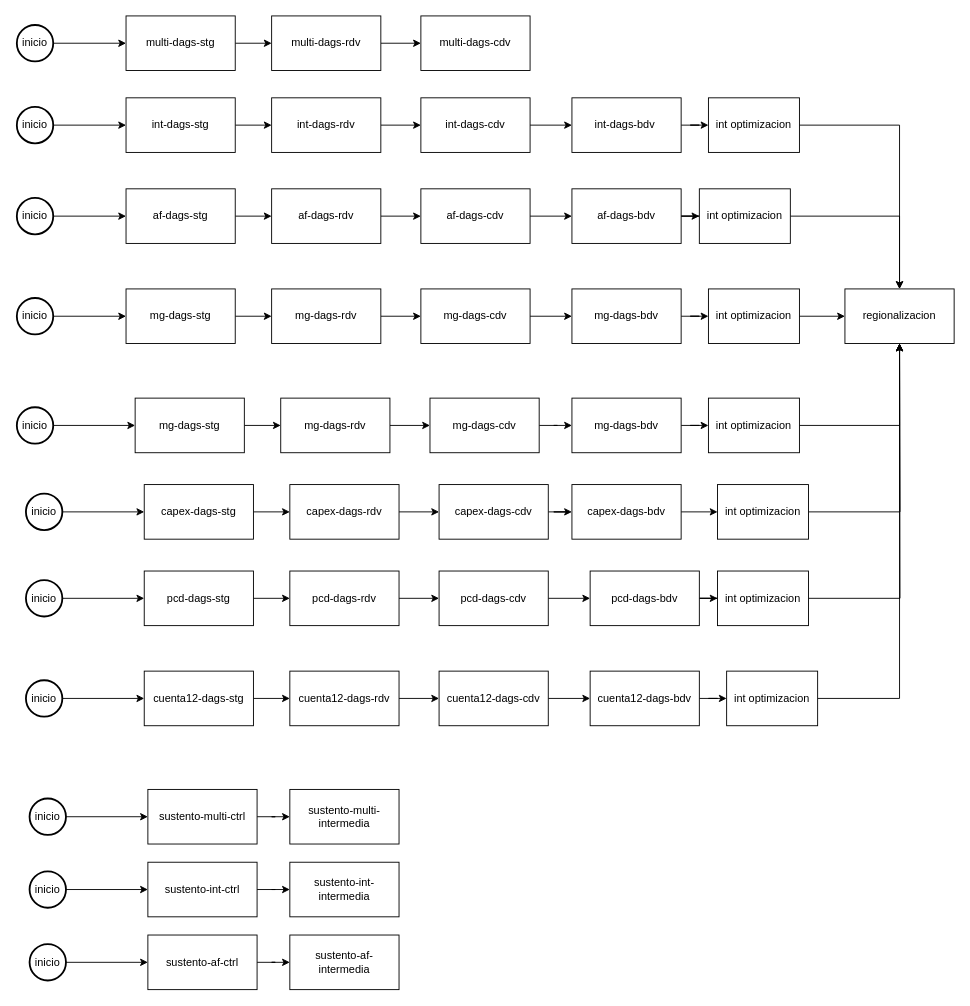
Before: diagrama-orquestado-airflow.drawio in carlsromec/procesos-diagramas, a draw.io diagram. Source tidied: cells renumbered, new cells numbered last; positions are measured from the earlier drawing's top-left corner, leaving out a move shared by most shapes. Both pictures are drawn from the tidied source at 91%, with x=0, y=0 at pixel (16, 15).
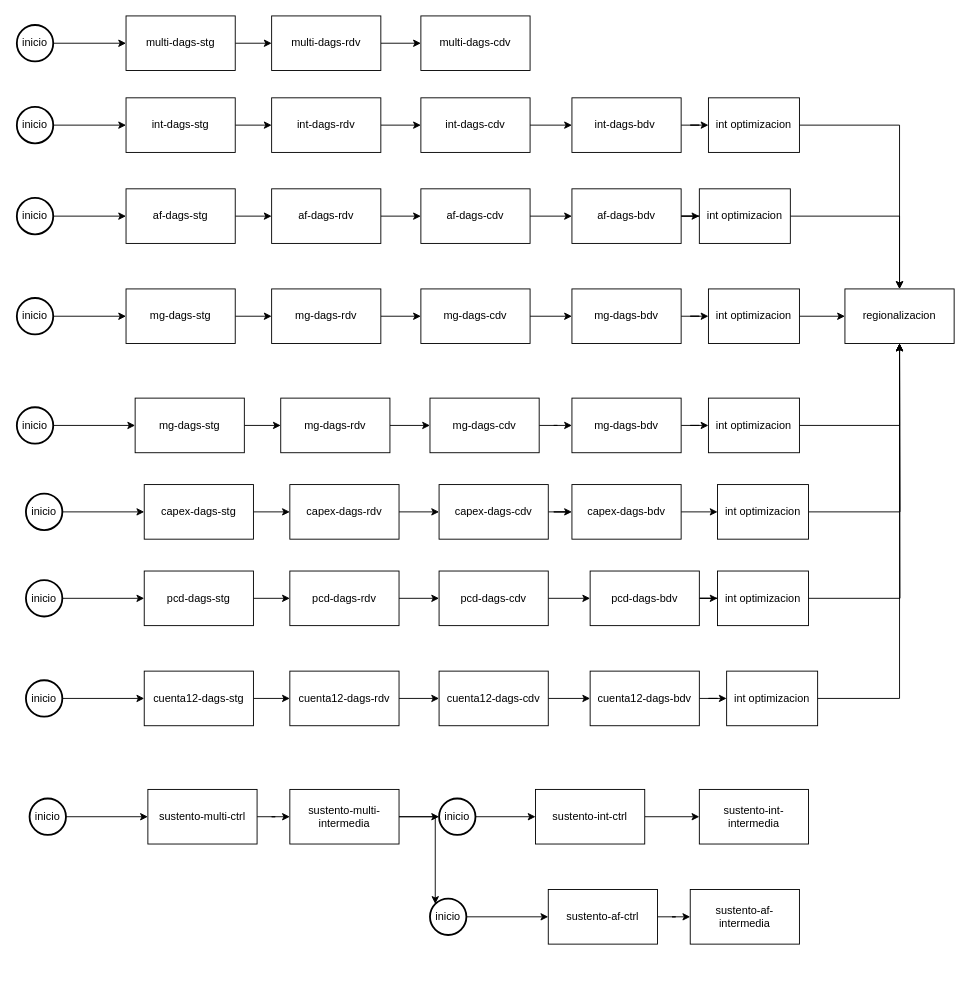
The same page after the edit.

Unchanged cells that the change refers to:
```xml
<mxCell id="83" value="sustento-multi-intermedia" style="rounded=0;whiteSpace=wrap;html=1;" parent="1" vertex="1">
  <mxGeometry x="300" y="850" width="120" height="60" as="geometry" />
</mxCell>
```

The edit, as a diff of the source:
```diff
@@
+    <mxCell id="109" style="edgeStyle=orthogonalEdgeStyle;rounded=0;jettySize=auto;html=1;" parent="1" edge="1" source="83" target="102">
+      <mxGeometry relative="1" as="geometry" />
+    </mxCell>
@@
     <mxCell id="100" value="sustento-int-ctrl" style="rounded=0;whiteSpace=wrap;html=1;" parent="1" vertex="1">
-      <mxGeometry x="144" y="930" width="120" height="60" as="geometry" />
+      <mxGeometry x="570" y="850" width="120" height="60" as="geometry" />
     </mxCell>
@@
     <mxCell id="102" value="inicio" style="strokeWidth=2;html=1;shape=mxgraph.flowchart.start_2;whiteSpace=wrap;" parent="1" vertex="1">
-      <mxGeometry x="14" y="940" width="40" height="40" as="geometry" />
+      <mxGeometry x="464" y="860" width="40" height="40" as="geometry" />
     </mxCell>
     <mxCell id="103" value="sustento-int-intermedia" style="rounded=0;whiteSpace=wrap;html=1;" parent="1" vertex="1">
-      <mxGeometry x="300" y="930" width="120" height="60" as="geometry" />
+      <mxGeometry x="750" y="850" width="120" height="60" as="geometry" />
     </mxCell>
@@
     <mxCell id="105" value="sustento-af-ctrl" style="rounded=0;whiteSpace=wrap;html=1;" parent="1" vertex="1">
-      <mxGeometry x="144" y="1010" width="120" height="60" as="geometry" />
+      <mxGeometry x="584" y="960" width="120" height="60" as="geometry" />
     </mxCell>
@@
     <mxCell id="107" value="inicio" style="strokeWidth=2;html=1;shape=mxgraph.flowchart.start_2;whiteSpace=wrap;" parent="1" vertex="1">
-      <mxGeometry x="14" y="1020" width="40" height="40" as="geometry" />
+      <mxGeometry x="454" y="970" width="40" height="40" as="geometry" />
     </mxCell>
     <mxCell id="108" value="sustento-af-intermedia" style="rounded=0;whiteSpace=wrap;html=1;" parent="1" vertex="1">
-      <mxGeometry x="300" y="1010" width="120" height="60" as="geometry" />
+      <mxGeometry x="740" y="960" width="120" height="60" as="geometry" />
     </mxCell>
+    <mxCell id="110" style="edgeStyle=orthogonalEdgeStyle;rounded=0;jettySize=auto;html=1;entryX=0.145;entryY=0.145;entryDx=0;entryDy=0;entryPerimeter=0;" parent="1" edge="1" source="83" target="107">
+      <mxGeometry relative="1" as="geometry" />
+    </mxCell>
```
